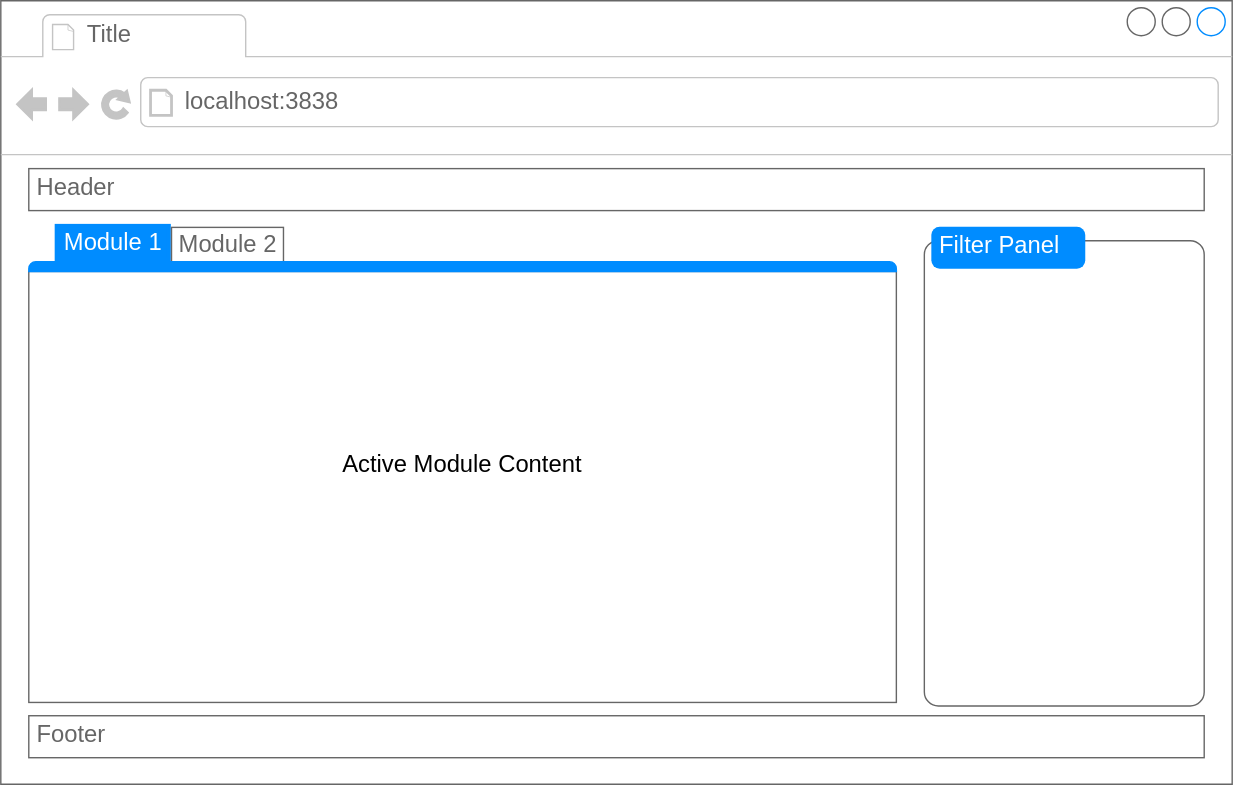
insightsengineering/teal keeps this draw.io diagram as vignettes/images/teal-app-components.svg. Above is the earlier version. Source tidied: cells renumbered, new cells last; positions are measured from the earlier drawing's top-left corner, leaving out a move shared by most shapes.
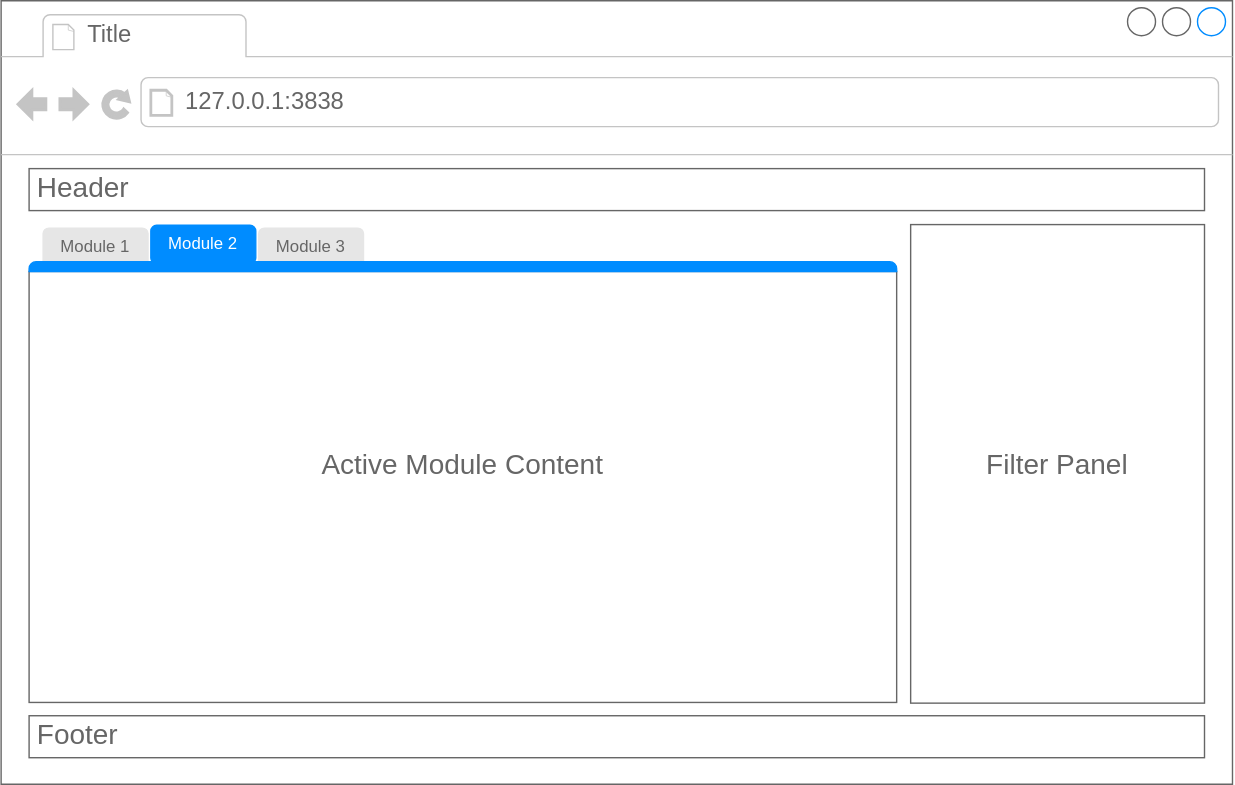
After the change.

Commit message:
feat: show the app preview diagram when hovered

The edit, as a diff of the source:
```diff
@@ -5,41 +5,35 @@
     <mxCell id="2" style="strokeWidth=1;shadow=0;dashed=0;align=center;html=1;shape=mxgraph.mockup.containers.browserWindow;rSize=0;strokeColor=#666666;strokeColor2=#008cff;strokeColor3=#c4c4c4;mainText=,;" parent="1" vertex="1">
       <mxGeometry width="880" height="560" as="geometry" />
     </mxCell>
-    <mxCell id="3" value="Title" style="strokeWidth=1;shadow=0;dashed=0;align=center;html=1;shape=mxgraph.mockup.containers.anchor;fontSize=17;fontColor=#666666;align=left;whiteSpace=wrap;" parent="2" vertex="1">
+    <mxCell id="3" value="Title" style="strokeWidth=1;shadow=0;dashed=0;align=center;html=1;shape=mxgraph.mockup.containers.anchor;fontSize=17;fontColor=#666666;align=left;whiteSpace=wrap;" parent="1" vertex="1">
       <mxGeometry x="60" y="12" width="110" height="26" as="geometry" />
     </mxCell>
-    <mxCell id="4" value="localhost:3838" style="strokeWidth=1;shadow=0;dashed=0;align=center;html=1;shape=mxgraph.mockup.containers.anchor;rSize=0;fontSize=17;fontColor=#666666;align=left;" parent="2" vertex="1">
+    <mxCell id="4" value="127.0.0.1:3838" style="strokeWidth=1;shadow=0;dashed=0;align=center;html=1;shape=mxgraph.mockup.containers.anchor;rSize=0;fontSize=17;fontColor=#666666;align=left;" parent="1" vertex="1">
       <mxGeometry x="130" y="60" width="250" height="26" as="geometry" />
     </mxCell>
-    <mxCell id="5" style="shape=mxgraph.mockup.containers.marginRect;rectMarginTop=10;strokeColor=#666666;strokeWidth=1;dashed=0;rounded=1;arcSize=5;html=1;whiteSpace=wrap;" parent="2" vertex="1">
-      <mxGeometry x="660" y="161.5" width="200" height="342.5" as="geometry" />
-    </mxCell>
-    <mxCell id="6" value="Filter Panel" style="shape=rect;strokeColor=none;fillColor=#008cff;strokeWidth=1;dashed=0;rounded=1;arcSize=20;fontColor=#ffffff;fontSize=17;spacing=2;spacingTop=-2;align=left;spacingLeft=4;perimeter=none;html=1;whiteSpace=wrap;" parent="5" vertex="1">
-      <mxGeometry x="5" width="110" height="30" as="geometry" />
-    </mxCell>
-    <mxCell id="7" value="Header" style="strokeWidth=1;shadow=0;dashed=0;align=center;html=1;shape=mxgraph.mockup.text.textBox;fontColor=#666666;align=left;fontSize=17;spacingLeft=4;spacingTop=-3;whiteSpace=wrap;strokeColor=#666666;mainText=;" parent="2" vertex="1">
+    <mxCell id="7" value="&lt;font style=&quot;font-size: 20px;&quot;&gt;Header&lt;/font&gt;" style="strokeWidth=1;shadow=0;dashed=0;align=center;html=1;shape=mxgraph.mockup.text.textBox;fontColor=#666666;align=left;fontSize=17;spacingLeft=4;spacingTop=-3;whiteSpace=wrap;strokeColor=#666666;mainText=;" parent="1" vertex="1">
       <mxGeometry x="20" y="120" width="840" height="30" as="geometry" />
     </mxCell>
-    <mxCell id="8" value="Footer" style="strokeWidth=1;shadow=0;dashed=0;align=center;html=1;shape=mxgraph.mockup.text.textBox;fontColor=#666666;align=left;fontSize=17;spacingLeft=4;spacingTop=-3;whiteSpace=wrap;strokeColor=#666666;mainText=;" parent="2" vertex="1">
+    <mxCell id="8" value="&lt;font style=&quot;font-size: 20px;&quot;&gt;Footer&lt;/font&gt;" style="strokeWidth=1;shadow=0;dashed=0;align=center;html=1;shape=mxgraph.mockup.text.textBox;fontColor=#666666;align=left;fontSize=17;spacingLeft=4;spacingTop=-3;whiteSpace=wrap;strokeColor=#666666;mainText=;" parent="1" vertex="1">
       <mxGeometry x="20" y="511" width="840" height="30" as="geometry" />
     </mxCell>
+    <mxCell id="11" value="&lt;span style=&quot;color: rgb(102, 102, 102);&quot;&gt;&lt;font style=&quot;font-size: 20px;&quot;&gt;Active Module Content&lt;/font&gt;&lt;/span&gt;" style="strokeWidth=1;shadow=0;dashed=0;align=center;html=1;shape=mxgraph.mockup.containers.marginRect2;rectMarginTop=32;strokeColor=#666666;gradientColor=none;whiteSpace=wrap;fontSize=17;" parent="1" vertex="1">
+      <mxGeometry x="20" y="161.5" width="620" height="340" as="geometry" />
+    </mxCell>
-    <mxCell id="9" value="&lt;font style=&quot;font-size: 17px;&quot;&gt;Module&lt;/font&gt; 1" style="strokeWidth=3;shadow=0;dashed=0;align=center;html=1;shape=mxgraph.mockup.containers.rrect;rSize=0;fontSize=17;fontColor=#ffffff;strokeColor=#008cff;fillColor=#008cff;fontStyle=0;" parent="2" vertex="1">
-      <mxGeometry width="80" height="25" relative="1" as="geometry">
-        <mxPoint x="40" y="161" as="offset" />
-      </mxGeometry>
+    <mxCell id="9" value="&lt;font color=&quot;#666666&quot;&gt;Module 1&lt;/font&gt;" style="rounded=1;whiteSpace=wrap;html=1;fontColor=#b04f4f;strokeColor=#E6E6E6;fillColor=#E6E6E6;" parent="1" vertex="1">
+      <mxGeometry x="30" y="162.5" width="75" height="27.5" as="geometry" />
     </mxCell>
-    <mxCell id="10" value="Module 2" style="strokeColor=inherit;fillColor=inherit;gradientColor=inherit;strokeWidth=1;shadow=0;dashed=0;align=center;html=1;shape=mxgraph.mockup.containers.rrect;rSize=0;fontSize=17;fontColor=#666666;gradientColor=none;" parent="2" vertex="1">
-      <mxGeometry width="80" height="25" relative="1" as="geometry">
-        <mxPoint x="122" y="162" as="offset" />
-      </mxGeometry>
+    <mxCell id="10" value="&lt;font color=&quot;#ffffff&quot;&gt;Module 2&lt;/font&gt;" style="rounded=1;whiteSpace=wrap;html=1;fontColor=#b04f4f;strokeColor=#008cff;fillColor=#008cff;" parent="1" vertex="1">
+      <mxGeometry x="107" y="160.5" width="75" height="27.5" as="geometry" />
     </mxCell>
-    <mxCell id="11" value="Active Module Content" style="strokeWidth=1;shadow=0;dashed=0;align=center;html=1;shape=mxgraph.mockup.containers.marginRect2;rectMarginTop=32;strokeColor=#666666;gradientColor=none;whiteSpace=wrap;fontSize=17;" parent="2" vertex="1">
-      <mxGeometry x="20" y="161.5" width="620" height="340" as="geometry" />
-    </mxCell>
-    <mxCell id="12" style="strokeWidth=1;shadow=0;dashed=0;align=center;html=1;shape=mxgraph.mockup.containers.topButton;rSize=5;strokeColor=#008cff;fillColor=#008cff;gradientColor=none;" parent="11" vertex="1">
-      <mxGeometry width="620" height="7" relative="1" as="geometry">
-        <mxPoint y="25" as="offset" />
-      </mxGeometry>
-    </mxCell>
+    <mxCell id="13" value="&lt;font color=&quot;#666666&quot;&gt;Module 3&lt;/font&gt;" style="rounded=1;whiteSpace=wrap;html=1;fontColor=#b04f4f;strokeColor=#E6E6E6;fillColor=#E6E6E6;" parent="1" vertex="1">
+      <mxGeometry x="184" y="162.5" width="75" height="27.5" as="geometry" />
+    </mxCell>
+    <mxCell id="14" style="strokeWidth=1;shadow=0;dashed=0;align=center;html=1;shape=mxgraph.mockup.containers.topButton;rSize=5;strokeColor=#008cff;fillColor=#008cff;gradientColor=none;" parent="1" vertex="1">
+      <mxGeometry x="20" y="186.5" width="620" height="7" as="geometry" />
+    </mxCell>
+    <mxCell id="6" value="Filter Panel" style="rounded=0;whiteSpace=wrap;html=1;strokeColor=#666666;fontSize=20;fontColor=#666666;fillColor=#FFFFFF;" parent="1" vertex="1">
+      <mxGeometry x="650" y="160" width="210" height="342" as="geometry" />
+    </mxCell>
   </root>
 </mxGraphModel>
```
